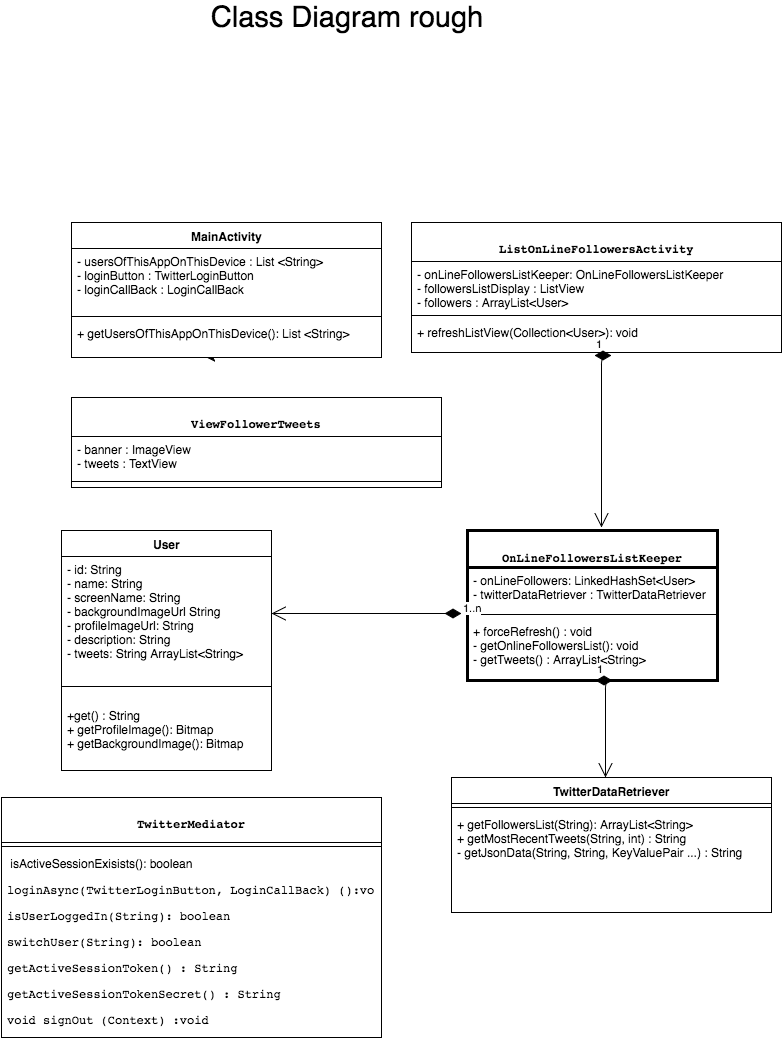
Above: uml/class diagram.png in meezos/TwitterEventtus (draw.io), before the change. Source tidied: cells renumbered, new cells last; positions are measured from the earlier drawing's top-left corner, leaving out a move shared by most shapes. The source it was exported from:
```xml
<mxGraphModel background="#ffffff">
  <root>
    <mxCell id="0" />
    <mxCell id="1" parent="0" />
    <mxCell id="2" style="edgeStyle=orthogonalEdgeStyle;rounded=0;html=1;exitX=0.5;exitY=1;jettySize=auto;" parent="1" edge="1" source="3">
      <mxGeometry relative="1" as="geometry">
        <mxPoint x="205" y="350" as="targetPoint" />
      </mxGeometry>
    </mxCell>
    <mxCell id="3" value="MainActivity" style="swimlane;html=1;fontStyle=1;align=center;verticalAlign=top;horizontal=1;startSize=26;swimlaneFillColor=#ffffff;" parent="1" vertex="1">
      <mxGeometry x="70" y="215" width="310" height="135" as="geometry" />
    </mxCell>
    <mxCell id="4" value="-&amp;nbsp;&lt;span&gt;usersOfThisAppOnThisDevice&amp;nbsp;&lt;/span&gt;&lt;span&gt;: List &amp;lt;String&amp;gt;&lt;/span&gt;&lt;div&gt;- loginButton :&amp;nbsp;&lt;span&gt;TwitterLoginButton&lt;/span&gt;&lt;/div&gt;&lt;div&gt;- loginCallBack : LoginCallBack&lt;br&gt;&lt;div&gt;&lt;br&gt;&lt;div&gt;&lt;span&gt;&lt;br&gt;&lt;/span&gt;&lt;/div&gt;&lt;/div&gt;&lt;/div&gt;" style="text;html=1;strokeColor=none;fillColor=none;align=left;verticalAlign=top;spacingLeft=4;spacingRight=4;whiteSpace=wrap;overflow=hidden;" parent="3" vertex="1">
      <mxGeometry y="26" width="310" height="64" as="geometry" />
    </mxCell>
    <mxCell id="5" style="line;html=1;strokeWidth=1;fillColor=none;align=left;verticalAlign=middle;spacingTop=-1;spacingLeft=3;spacingRight=3;labelPosition=right;" parent="3" vertex="1">
      <mxGeometry y="90" width="310" height="8" as="geometry" />
    </mxCell>
    <mxCell id="6" value="+ getUsersOfThisAppOnThisDevice(): List &amp;lt;String&amp;gt;" style="text;html=1;strokeColor=none;fillColor=none;align=left;verticalAlign=top;spacingLeft=4;spacingRight=4;whiteSpace=wrap;overflow=hidden;" parent="3" vertex="1">
      <mxGeometry y="98" width="310" height="26" as="geometry" />
    </mxCell>
    <mxCell id="7" value="&lt;pre&gt;&lt;pre&gt;ViewFollowerTweets&lt;/pre&gt;&lt;/pre&gt;" style="swimlane;html=1;fontStyle=1;align=center;verticalAlign=top;horizontal=1;startSize=39;swimlaneFillColor=#ffffff;" parent="1" vertex="1">
      <mxGeometry x="70" y="390" width="370" height="90" as="geometry" />
    </mxCell>
    <mxCell id="8" value="&lt;div&gt;- banner : ImageView&lt;/div&gt;&lt;div&gt;- tweets : TextView&lt;/div&gt;&lt;div&gt;&lt;br&gt;&lt;/div&gt;" style="text;html=1;strokeColor=none;fillColor=none;align=left;verticalAlign=top;spacingLeft=4;spacingRight=4;whiteSpace=wrap;overflow=hidden;" parent="7" vertex="1">
      <mxGeometry y="39" width="370" height="41" as="geometry" />
    </mxCell>
    <mxCell id="9" style="line;html=1;strokeWidth=1;fillColor=none;align=left;verticalAlign=middle;spacingTop=-1;spacingLeft=3;spacingRight=3;labelPosition=right;" parent="7" vertex="1">
      <mxGeometry y="80" width="370" height="8" as="geometry" />
    </mxCell>
    <mxCell id="10" value="&lt;pre&gt;&lt;span&gt;ListOnLineFollowersActivity&lt;/span&gt;&lt;/pre&gt;" style="swimlane;html=1;fontStyle=1;align=center;verticalAlign=top;horizontal=1;startSize=39;swimlaneFillColor=#ffffff;" parent="1" vertex="1">
      <mxGeometry x="410" y="215" width="370" height="130" as="geometry" />
    </mxCell>
    <mxCell id="11" value="- o&lt;span&gt;nLineFollowersListKeeper&lt;/span&gt;&lt;span&gt;:&amp;nbsp;&lt;/span&gt;&lt;span&gt;OnLineFollowersListKeeper&lt;/span&gt;&lt;br&gt;&lt;div&gt;&lt;span&gt;-&amp;nbsp;&lt;/span&gt;&lt;span&gt;followersListDisplay : ListView&lt;/span&gt;&lt;/div&gt;&lt;div&gt;&lt;span&gt;- followers :&amp;nbsp;&lt;/span&gt;&lt;span&gt;ArrayList&amp;lt;User&amp;gt;&amp;nbsp;&lt;/span&gt;&lt;/div&gt;" style="text;html=1;strokeColor=none;fillColor=none;align=left;verticalAlign=top;spacingLeft=4;spacingRight=4;whiteSpace=wrap;overflow=hidden;" parent="10" vertex="1">
      <mxGeometry y="39" width="370" height="50" as="geometry" />
    </mxCell>
    <mxCell id="12" style="line;html=1;strokeWidth=1;fillColor=none;align=left;verticalAlign=middle;spacingTop=-1;spacingLeft=3;spacingRight=3;labelPosition=right;" parent="10" vertex="1">
      <mxGeometry y="89" width="370" height="8" as="geometry" />
    </mxCell>
    <mxCell id="13" value="+&amp;nbsp;&lt;span&gt;refreshListView&lt;/span&gt;&lt;span&gt;(&lt;/span&gt;&lt;span&gt;Collection&amp;lt;User&amp;gt;&lt;/span&gt;&lt;span&gt;): void&lt;/span&gt;&lt;br&gt;" style="text;html=1;strokeColor=none;fillColor=none;align=left;verticalAlign=top;spacingLeft=4;spacingRight=4;whiteSpace=wrap;overflow=hidden;points=[[0,0.5],[1,0.5]];portConstraint=eastwest;" parent="10" vertex="1">
      <mxGeometry y="97" width="370" height="33" as="geometry" />
    </mxCell>
    <mxCell id="14" value="1" style="endArrow=open;html=1;endSize=12;startArrow=diamondThin;startSize=14;startFill=1;edgeStyle=orthogonalEdgeStyle;align=left;verticalAlign=bottom;exitX=0.495;exitY=1.091;exitPerimeter=0;" parent="1" edge="1" source="13">
      <mxGeometry x="-1" y="3" relative="1" as="geometry">
        <mxPoint x="600" y="520" as="targetPoint" />
        <Array as="points">
          <mxPoint x="600" y="348" />
        </Array>
      </mxGeometry>
    </mxCell>
    <mxCell id="15" value="&lt;pre&gt;&lt;span&gt;OnLineFollowersListKeeper&lt;/span&gt;&lt;/pre&gt;" style="swimlane;html=1;fontStyle=1;align=center;verticalAlign=top;horizontal=1;startSize=37;swimlaneFillColor=#ffffff;fillColor=#ffffff;strokeColor=#000000;strokeWidth=3;" parent="1" vertex="1">
      <mxGeometry x="466" y="523" width="250" height="150" as="geometry" />
    </mxCell>
    <mxCell id="16" value="-&amp;nbsp;&lt;span&gt;onLineFollowers&lt;/span&gt;&lt;span&gt;:&amp;nbsp;&lt;/span&gt;&lt;span&gt;LinkedHashSet&lt;/span&gt;&lt;span&gt;&amp;lt;User&amp;gt;&lt;/span&gt;&lt;div&gt;&lt;span&gt;- t&lt;/span&gt;&lt;span&gt;witterDataRetriever :&amp;nbsp;&lt;/span&gt;&lt;span&gt;TwitterDataRetriever&lt;/span&gt;&lt;/div&gt;" style="text;html=1;strokeColor=none;fillColor=none;align=left;verticalAlign=top;spacingLeft=4;spacingRight=4;whiteSpace=wrap;overflow=hidden;" parent="15" vertex="1">
      <mxGeometry y="37" width="250" height="43" as="geometry" />
    </mxCell>
    <mxCell id="17" style="line;html=1;strokeWidth=1;fillColor=none;align=left;verticalAlign=middle;spacingTop=-1;spacingLeft=3;spacingRight=3;labelPosition=right;" parent="15" vertex="1">
      <mxGeometry y="80" width="250" height="8" as="geometry" />
    </mxCell>
    <mxCell id="18" value="&lt;div&gt;+&amp;nbsp;&lt;span&gt;forceRefresh() : void&lt;/span&gt;&lt;/div&gt;-&amp;nbsp;&lt;span&gt;getOnlineFollowersList&lt;/span&gt;&lt;span&gt;(): void&lt;/span&gt;&lt;br&gt;&lt;div&gt;&lt;span&gt;-&amp;nbsp;&lt;/span&gt;&lt;span&gt;getTweets() :&amp;nbsp;&lt;/span&gt;&lt;span&gt;ArrayList&amp;lt;String&amp;gt;&lt;/span&gt;&lt;/div&gt;" style="text;html=1;strokeColor=none;fillColor=none;align=left;verticalAlign=top;spacingLeft=4;spacingRight=4;whiteSpace=wrap;overflow=hidden;points=[[0,0.5],[1,0.5]];portConstraint=eastwest;" parent="15" vertex="1">
      <mxGeometry y="88" width="250" height="62" as="geometry" />
    </mxCell>
    <mxCell id="19" value="&lt;span&gt;TwitterDataRetriever&lt;/span&gt;" style="swimlane;html=1;fontStyle=1;align=center;verticalAlign=top;horizontal=1;startSize=26;swimlaneFillColor=#ffffff;" parent="1" vertex="1">
      <mxGeometry x="450" y="770" width="320" height="135" as="geometry" />
    </mxCell>
    <mxCell id="20" style="line;html=1;strokeWidth=1;fillColor=none;align=left;verticalAlign=middle;spacingTop=-1;spacingLeft=3;spacingRight=3;labelPosition=right;" parent="19" vertex="1">
      <mxGeometry y="26" width="320" height="8" as="geometry" />
    </mxCell>
    <mxCell id="21" value="+&amp;nbsp;&lt;span&gt;getFollowersList&lt;/span&gt;&lt;span&gt;(String):&amp;nbsp;&lt;/span&gt;&lt;span&gt;ArrayList&lt;/span&gt;&lt;span&gt;&amp;lt;String&amp;gt;&lt;/span&gt;&lt;div&gt;&lt;span&gt;+&amp;nbsp;&lt;/span&gt;&lt;span&gt;getMostRecentTweets&lt;/span&gt;&lt;span&gt;(String, int) : String&lt;/span&gt;&lt;br&gt;&lt;/div&gt;&lt;div&gt;&lt;span&gt;-&amp;nbsp;&lt;/span&gt;&lt;span&gt;getJsonData(String, String, KeyValuePair ...) : String&lt;/span&gt;&lt;/div&gt;&lt;div&gt;&lt;span&gt;- sha1 (String,Sring) : Sring&lt;/span&gt;&lt;/div&gt;" style="text;html=1;strokeColor=none;fillColor=none;align=left;verticalAlign=top;spacingLeft=4;spacingRight=4;whiteSpace=wrap;overflow=hidden;" parent="19" vertex="1">
      <mxGeometry y="34" width="320" height="46" as="geometry" />
    </mxCell>
    <mxCell id="22" value="1" style="endArrow=open;html=1;endSize=12;startArrow=diamondThin;startSize=14;startFill=1;edgeStyle=orthogonalEdgeStyle;align=left;verticalAlign=bottom;exitX=0.512;exitY=1;exitPerimeter=0;" parent="1" edge="1" source="18" target="19">
      <mxGeometry x="-1" y="3" relative="1" as="geometry">
        <Array as="points">
          <mxPoint x="604" y="673" />
        </Array>
      </mxGeometry>
    </mxCell>
    <mxCell id="23" value="User" style="swimlane;html=1;fontStyle=1;align=center;verticalAlign=top;horizontal=1;startSize=26;swimlaneFillColor=#ffffff;strokeWidth=1;" parent="1" vertex="1">
      <mxGeometry x="60" y="523" width="210" height="240" as="geometry" />
    </mxCell>
    <mxCell id="24" value="- id: String&lt;br&gt;&lt;div&gt;- name: String&lt;br&gt;&lt;/div&gt;&lt;div&gt;- screenName: String&lt;br&gt;&lt;/div&gt;&lt;div&gt;-&amp;nbsp;&lt;span&gt;backgroundImageUrl&lt;/span&gt;&lt;span&gt;&amp;nbsp;String&lt;/span&gt;&lt;/div&gt;&lt;div&gt;-&amp;nbsp;&lt;span&gt;profileImageUrl&lt;/span&gt;&lt;span&gt;: String&lt;/span&gt;&lt;br&gt;&lt;/div&gt;&lt;div&gt;-&amp;nbsp;&lt;span&gt;description&lt;/span&gt;&lt;span&gt;: String&lt;/span&gt;&lt;br&gt;&lt;/div&gt;&lt;div&gt;-&amp;nbsp;&lt;span&gt;tweets&lt;/span&gt;&lt;span&gt;: String&amp;nbsp;&lt;/span&gt;&lt;span&gt;ArrayList&amp;lt;String&amp;gt;&lt;/span&gt;&lt;br&gt;&lt;/div&gt;" style="text;html=1;strokeColor=none;fillColor=none;align=left;verticalAlign=top;spacingLeft=4;spacingRight=4;whiteSpace=wrap;overflow=hidden;points=[[0,0.5],[1,0.5]];portConstraint=eastwest;" parent="23" vertex="1">
      <mxGeometry y="26" width="210" height="114" as="geometry" />
    </mxCell>
    <mxCell id="25" style="line;html=1;strokeWidth=1;fillColor=none;align=left;verticalAlign=middle;spacingTop=-1;spacingLeft=3;spacingRight=3;labelPosition=right;" parent="23" vertex="1">
      <mxGeometry y="140" width="210" height="32" as="geometry" />
    </mxCell>
    <mxCell id="26" value="&lt;div&gt;+get() : String&lt;/div&gt;+&amp;nbsp;&lt;span&gt;getProfileImage&lt;/span&gt;&lt;span&gt;(&lt;/span&gt;&lt;span&gt;): Bitmap&lt;/span&gt;&lt;div&gt;+&amp;nbsp;getBackground&lt;span&gt;Image&lt;/span&gt;&lt;span&gt;(&lt;/span&gt;&lt;span&gt;): Bitmap&lt;/span&gt;&lt;/div&gt;" style="text;html=1;strokeColor=none;fillColor=none;align=left;verticalAlign=top;spacingLeft=4;spacingRight=4;whiteSpace=wrap;overflow=hidden;" parent="23" vertex="1">
      <mxGeometry y="172" width="210" height="68" as="geometry" />
    </mxCell>
    <mxCell id="27" value="1..n" style="endArrow=open;html=1;endSize=12;startArrow=diamondThin;startSize=14;startFill=1;edgeStyle=orthogonalEdgeStyle;align=left;verticalAlign=bottom;" parent="1" edge="1" target="24">
      <mxGeometry x="-1" y="3" relative="1" as="geometry">
        <mxPoint x="460" y="606" as="sourcePoint" />
        <Array as="points">
          <mxPoint x="410" y="606" />
        </Array>
      </mxGeometry>
    </mxCell>
    <mxCell id="28" value="&lt;pre&gt;&lt;span&gt;TwitterMediator&lt;/span&gt;&lt;/pre&gt;" style="swimlane;html=1;fontStyle=1;align=center;verticalAlign=top;horizontal=1;startSize=45;swimlaneFillColor=#ffffff;strokeWidth=1;" parent="1" vertex="1">
      <mxGeometry y="790" width="380" height="240" as="geometry" />
    </mxCell>
    <mxCell id="29" style="line;html=1;strokeWidth=1;fillColor=none;align=left;verticalAlign=middle;spacingTop=-1;spacingLeft=3;spacingRight=3;labelPosition=right;" parent="28" vertex="1">
      <mxGeometry y="45" width="380" height="8" as="geometry" />
    </mxCell>
    <mxCell id="30" value="&amp;nbsp;&lt;span&gt;isActiveSessionExisists&lt;/span&gt;&lt;span&gt;(): boolean&lt;/span&gt;&lt;br&gt;&lt;div&gt;&lt;pre&gt;&lt;span&gt;loginAsync(&lt;/span&gt;&lt;span&gt;TwitterLoginButton, &lt;/span&gt;&lt;span&gt;LoginCallBack&lt;/span&gt;&lt;span&gt;) ():void&lt;/span&gt;&lt;/pre&gt;&lt;pre&gt;&lt;pre&gt;&lt;span&gt;isUserLoggedIn(String): boolean&lt;/span&gt;&lt;/pre&gt;&lt;pre&gt;&lt;span&gt;switchUser&lt;/span&gt;(String): boolean&lt;/pre&gt;&lt;pre&gt;&lt;pre&gt;&lt;span&gt;getActiveSessionToken() : String&lt;/span&gt;&lt;/pre&gt;&lt;pre&gt;getActiveSessionTokenSecret() : String&lt;/pre&gt;&lt;pre&gt;void signOut (&lt;span&gt;Context&lt;/span&gt;&lt;span&gt;) :void&lt;/span&gt;&lt;/pre&gt;&lt;div&gt;&lt;br&gt;&lt;/div&gt;&lt;/pre&gt;&lt;/pre&gt;&lt;/div&gt;" style="text;html=1;strokeColor=none;fillColor=none;align=left;verticalAlign=top;spacingLeft=4;spacingRight=4;whiteSpace=wrap;overflow=hidden;" parent="28" vertex="1">
      <mxGeometry y="53" width="380" height="177" as="geometry" />
    </mxCell>
    <mxCell id="31" value="Class Diagram rough" style="text;html=1;strokeColor=none;fillColor=none;align=center;verticalAlign=middle;whiteSpace=wrap;fontSize=29;" parent="1" vertex="1">
      <mxGeometry width="690" height="20" as="geometry" />
    </mxCell>
  </root>
</mxGraphModel>
```
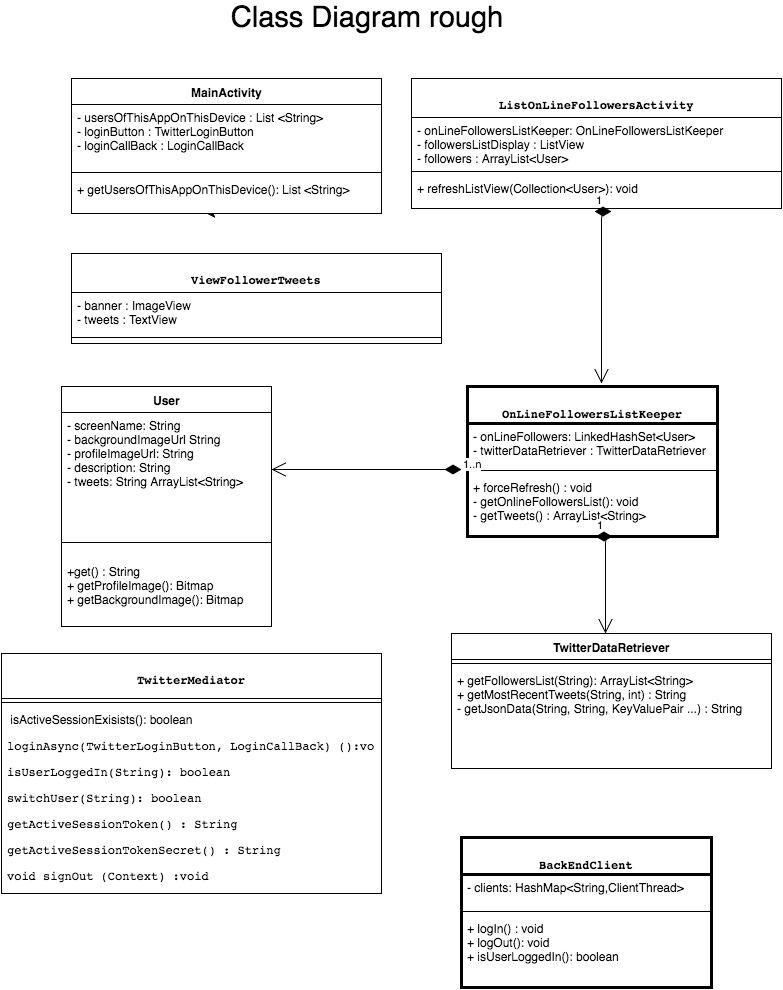
Later version of the same file.

Diff of the diagram source:
```diff
@@ -79,7 +79,7 @@
     <mxCell id="23" value="User" style="swimlane;html=1;fontStyle=1;align=center;verticalAlign=top;horizontal=1;startSize=26;swimlaneFillColor=#ffffff;strokeWidth=1;" parent="1" vertex="1">
       <mxGeometry x="60" y="523" width="210" height="240" as="geometry" />
     </mxCell>
-    <mxCell id="24" value="- id: String&lt;br&gt;&lt;div&gt;- name: String&lt;br&gt;&lt;/div&gt;&lt;div&gt;- screenName: String&lt;br&gt;&lt;/div&gt;&lt;div&gt;-&amp;nbsp;&lt;span&gt;backgroundImageUrl&lt;/span&gt;&lt;span&gt;&amp;nbsp;String&lt;/span&gt;&lt;/div&gt;&lt;div&gt;-&amp;nbsp;&lt;span&gt;profileImageUrl&lt;/span&gt;&lt;span&gt;: String&lt;/span&gt;&lt;br&gt;&lt;/div&gt;&lt;div&gt;-&amp;nbsp;&lt;span&gt;description&lt;/span&gt;&lt;span&gt;: String&lt;/span&gt;&lt;br&gt;&lt;/div&gt;&lt;div&gt;-&amp;nbsp;&lt;span&gt;tweets&lt;/span&gt;&lt;span&gt;: String&amp;nbsp;&lt;/span&gt;&lt;span&gt;ArrayList&amp;lt;String&amp;gt;&lt;/span&gt;&lt;br&gt;&lt;/div&gt;" style="text;html=1;strokeColor=none;fillColor=none;align=left;verticalAlign=top;spacingLeft=4;spacingRight=4;whiteSpace=wrap;overflow=hidden;points=[[0,0.5],[1,0.5]];portConstraint=eastwest;" parent="23" vertex="1">
+    <mxCell id="24" value="&lt;div&gt;&lt;span&gt;- screenName: String&lt;/span&gt;&lt;br&gt;&lt;/div&gt;&lt;div&gt;-&amp;nbsp;&lt;span&gt;backgroundImageUrl&lt;/span&gt;&lt;span&gt;&amp;nbsp;String&lt;/span&gt;&lt;/div&gt;&lt;div&gt;-&amp;nbsp;&lt;span&gt;profileImageUrl&lt;/span&gt;&lt;span&gt;: String&lt;/span&gt;&lt;br&gt;&lt;/div&gt;&lt;div&gt;-&amp;nbsp;&lt;span&gt;description&lt;/span&gt;&lt;span&gt;: String&lt;/span&gt;&lt;br&gt;&lt;/div&gt;&lt;div&gt;-&amp;nbsp;&lt;span&gt;tweets&lt;/span&gt;&lt;span&gt;: String&amp;nbsp;&lt;/span&gt;&lt;span&gt;ArrayList&amp;lt;String&amp;gt;&lt;/span&gt;&lt;br&gt;&lt;/div&gt;" style="text;html=1;strokeColor=none;fillColor=none;align=left;verticalAlign=top;spacingLeft=4;spacingRight=4;whiteSpace=wrap;overflow=hidden;points=[[0,0.5],[1,0.5]];portConstraint=eastwest;" parent="23" vertex="1">
       <mxGeometry y="26" width="210" height="114" as="geometry" />
     </mxCell>
     <mxCell id="25" style="line;html=1;strokeWidth=1;fillColor=none;align=left;verticalAlign=middle;spacingTop=-1;spacingLeft=3;spacingRight=3;labelPosition=right;" parent="23" vertex="1">
@@ -106,7 +106,19 @@
       <mxGeometry y="53" width="380" height="177" as="geometry" />
     </mxCell>
     <mxCell id="31" value="Class Diagram rough" style="text;html=1;strokeColor=none;fillColor=none;align=center;verticalAlign=middle;whiteSpace=wrap;fontSize=29;" parent="1" vertex="1">
-      <mxGeometry width="690" height="20" as="geometry" />
+      <mxGeometry x="20" y="144" width="690" height="20" as="geometry" />
     </mxCell>
+    <mxCell id="32" value="&lt;pre&gt;&lt;span&gt;BackEndClient&lt;/span&gt;&lt;/pre&gt;" style="swimlane;html=1;fontStyle=1;align=center;verticalAlign=top;horizontal=1;startSize=37;swimlaneFillColor=#ffffff;fillColor=#ffffff;strokeColor=#000000;strokeWidth=3;" parent="1" vertex="1">
+      <mxGeometry x="460" y="974" width="250" height="150" as="geometry" />
+    </mxCell>
+    <mxCell id="33" value="-&amp;nbsp;&lt;span&gt;clients&lt;/span&gt;&lt;span&gt;:&amp;nbsp;&lt;/span&gt;&lt;span&gt;HashMap&lt;/span&gt;&lt;span&gt;&amp;lt;String,ClientThread&amp;gt;&lt;/span&gt;" style="text;html=1;strokeColor=none;fillColor=none;align=left;verticalAlign=top;spacingLeft=4;spacingRight=4;whiteSpace=wrap;overflow=hidden;" parent="32" vertex="1">
+      <mxGeometry y="37" width="250" height="33" as="geometry" />
+    </mxCell>
+    <mxCell id="34" style="line;html=1;strokeWidth=1;fillColor=none;align=left;verticalAlign=middle;spacingTop=-1;spacingLeft=3;spacingRight=3;labelPosition=right;" parent="32" vertex="1">
+      <mxGeometry y="70" width="250" height="8" as="geometry" />
+    </mxCell>
+    <mxCell id="35" value="&lt;div&gt;+&amp;nbsp;&lt;span&gt;logIn&lt;/span&gt;&lt;span&gt;() : void&lt;/span&gt;&lt;br&gt;&lt;/div&gt;&lt;span&gt;+&amp;nbsp;&lt;/span&gt;&lt;span&gt;logOut&lt;/span&gt;&lt;span&gt;(): void&lt;/span&gt;&lt;br&gt;&lt;div&gt;+&amp;nbsp;&lt;span&gt;isUserLoggedIn&lt;/span&gt;&lt;span&gt;(): boolean&lt;/span&gt;&lt;br&gt;&lt;/div&gt;" style="text;html=1;strokeColor=none;fillColor=none;align=left;verticalAlign=top;spacingLeft=4;spacingRight=4;whiteSpace=wrap;overflow=hidden;" parent="32" vertex="1">
+      <mxGeometry y="78" width="250" height="62" as="geometry" />
+    </mxCell>
   </root>
 </mxGraphModel>
```
